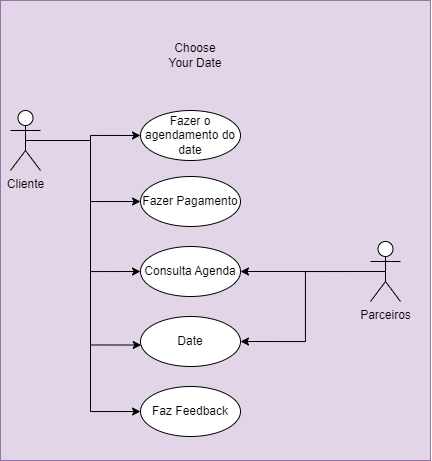
Before: imagens/caso_de_uso.drawio.png, a diagram exported from draw.io (alinestolai/Projetoeng). Source tidied: cells renumbered, new cells last; positions are measured from the earlier drawing's top-left corner, leaving out a move shared by most shapes. The source it was exported from:
```xml
<mxGraphModel>
  <root>
    <mxCell id="0" />
    <mxCell id="1" parent="0" />
    <mxCell id="2" style="rounded=0;whiteSpace=wrap;html=1;fillColor=#e1d5e7;strokeColor=#9673a6;" parent="1" vertex="1">
      <mxGeometry width="430" height="460" as="geometry" />
    </mxCell>
    <mxCell id="3" style="edgeStyle=orthogonalEdgeStyle;rounded=0;jettySize=auto;html=1;exitX=0.5;exitY=0.5;exitDx=0;exitDy=0;exitPerimeter=0;entryX=0;entryY=0.5;entryDx=0;entryDy=0;" parent="1" edge="1" source="8" target="12">
      <mxGeometry relative="1" as="geometry" />
    </mxCell>
    <mxCell id="4" style="edgeStyle=orthogonalEdgeStyle;rounded=0;jettySize=auto;html=1;exitX=0.5;exitY=0.5;exitDx=0;exitDy=0;exitPerimeter=0;entryX=0;entryY=0.5;entryDx=0;entryDy=0;" parent="1" edge="1" source="8" target="13">
      <mxGeometry relative="1" as="geometry" />
    </mxCell>
    <mxCell id="5" style="edgeStyle=orthogonalEdgeStyle;rounded=0;jettySize=auto;html=1;exitX=0.5;exitY=0.5;exitDx=0;exitDy=0;exitPerimeter=0;entryX=0;entryY=0.5;entryDx=0;entryDy=0;" parent="1" edge="1" source="8" target="14">
      <mxGeometry relative="1" as="geometry" />
    </mxCell>
    <mxCell id="6" style="edgeStyle=orthogonalEdgeStyle;rounded=0;jettySize=auto;html=1;exitX=0.5;exitY=0.5;exitDx=0;exitDy=0;exitPerimeter=0;entryX=0;entryY=0.5;entryDx=0;entryDy=0;" parent="1" edge="1" source="8" target="17">
      <mxGeometry relative="1" as="geometry">
        <Array as="points">
          <mxPoint x="90" y="140" />
          <mxPoint x="90" y="411" />
        </Array>
      </mxGeometry>
    </mxCell>
    <mxCell id="7" style="edgeStyle=orthogonalEdgeStyle;rounded=0;jettySize=auto;html=1;exitX=0.5;exitY=0.5;exitDx=0;exitDy=0;exitPerimeter=0;entryX=0.007;entryY=0.57;entryDx=0;entryDy=0;entryPerimeter=0;" parent="1" edge="1" source="8" target="16">
      <mxGeometry relative="1" as="geometry" />
    </mxCell>
    <mxCell id="8" value="Cliente" style="shape=umlActor;verticalLabelPosition=bottom;verticalAlign=top;html=1;outlineConnect=0;" parent="1" vertex="1">
      <mxGeometry x="10" y="110" width="30" height="60" as="geometry" />
    </mxCell>
    <mxCell id="9" style="edgeStyle=orthogonalEdgeStyle;rounded=0;jettySize=auto;html=1;exitX=0.5;exitY=0.5;exitDx=0;exitDy=0;exitPerimeter=0;" parent="1" edge="1" source="11" target="14">
      <mxGeometry relative="1" as="geometry" />
    </mxCell>
    <mxCell id="10" style="edgeStyle=orthogonalEdgeStyle;rounded=0;jettySize=auto;html=1;exitX=0.5;exitY=0.5;exitDx=0;exitDy=0;exitPerimeter=0;entryX=1;entryY=0.5;entryDx=0;entryDy=0;" parent="1" edge="1" source="11" target="16">
      <mxGeometry relative="1" as="geometry" />
    </mxCell>
    <mxCell id="11" value="Parceiros" style="shape=umlActor;verticalLabelPosition=bottom;verticalAlign=top;html=1;outlineConnect=0;" parent="1" vertex="1">
      <mxGeometry x="370" y="241" width="30" height="60" as="geometry" />
    </mxCell>
    <mxCell id="12" value="Fazer o agendamento do date" style="ellipse;whiteSpace=wrap;html=1;" parent="1" vertex="1">
      <mxGeometry x="140" y="110" width="100" height="50" as="geometry" />
    </mxCell>
    <mxCell id="13" value="Fazer Pagamento" style="ellipse;whiteSpace=wrap;html=1;" parent="1" vertex="1">
      <mxGeometry x="140" y="176" width="100" height="50" as="geometry" />
    </mxCell>
    <mxCell id="14" value="Consulta Agenda" style="ellipse;whiteSpace=wrap;html=1;" parent="1" vertex="1">
      <mxGeometry x="140" y="246" width="100" height="50" as="geometry" />
    </mxCell>
    <mxCell id="15" value="Choose Your Date" style="text;html=1;strokeColor=none;fillColor=none;align=center;verticalAlign=middle;whiteSpace=wrap;rounded=0;" parent="1" vertex="1">
      <mxGeometry x="165" y="40" width="60" height="30" as="geometry" />
    </mxCell>
    <mxCell id="16" value="Date" style="ellipse;whiteSpace=wrap;html=1;" parent="1" vertex="1">
      <mxGeometry x="140" y="316" width="100" height="50" as="geometry" />
    </mxCell>
    <mxCell id="17" value="Faz Feedback" style="ellipse;whiteSpace=wrap;html=1;" parent="1" vertex="1">
      <mxGeometry x="140" y="386" width="100" height="50" as="geometry" />
    </mxCell>
  </root>
</mxGraphModel>
```
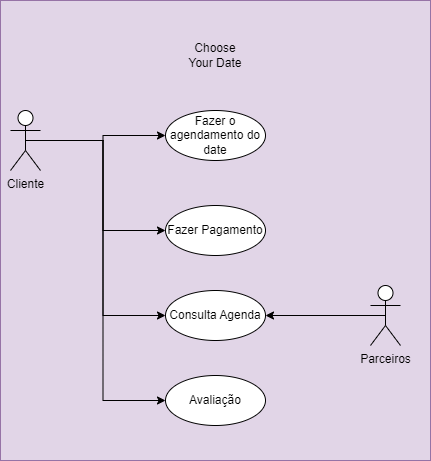
The same diagram one commit later.

The edit, as a diff of the source:
```diff
@@ -14,46 +14,32 @@
     <mxCell id="5" style="edgeStyle=orthogonalEdgeStyle;rounded=0;jettySize=auto;html=1;exitX=0.5;exitY=0.5;exitDx=0;exitDy=0;exitPerimeter=0;entryX=0;entryY=0.5;entryDx=0;entryDy=0;" parent="1" edge="1" source="8" target="14">
       <mxGeometry relative="1" as="geometry" />
     </mxCell>
-    <mxCell id="6" style="edgeStyle=orthogonalEdgeStyle;rounded=0;jettySize=auto;html=1;exitX=0.5;exitY=0.5;exitDx=0;exitDy=0;exitPerimeter=0;entryX=0;entryY=0.5;entryDx=0;entryDy=0;" parent="1" edge="1" source="8" target="17">
-      <mxGeometry relative="1" as="geometry">
-        <Array as="points">
-          <mxPoint x="90" y="140" />
-          <mxPoint x="90" y="411" />
-        </Array>
-      </mxGeometry>
-    </mxCell>
-    <mxCell id="7" style="edgeStyle=orthogonalEdgeStyle;rounded=0;jettySize=auto;html=1;exitX=0.5;exitY=0.5;exitDx=0;exitDy=0;exitPerimeter=0;entryX=0.007;entryY=0.57;entryDx=0;entryDy=0;entryPerimeter=0;" parent="1" edge="1" source="8" target="16">
-      <mxGeometry relative="1" as="geometry" />
-    </mxCell>
+    <mxCell id="18" style="edgeStyle=orthogonalEdgeStyle;rounded=0;jettySize=auto;html=1;exitX=0.5;exitY=0.5;exitDx=0;exitDy=0;exitPerimeter=0;entryX=0;entryY=0.5;entryDx=0;entryDy=0;" parent="1" edge="1" source="8" target="19">
+      <mxGeometry relative="1" as="geometry" />
+    </mxCell>
     <mxCell id="8" value="Cliente" style="shape=umlActor;verticalLabelPosition=bottom;verticalAlign=top;html=1;outlineConnect=0;" parent="1" vertex="1">
       <mxGeometry x="10" y="110" width="30" height="60" as="geometry" />
     </mxCell>
     <mxCell id="9" style="edgeStyle=orthogonalEdgeStyle;rounded=0;jettySize=auto;html=1;exitX=0.5;exitY=0.5;exitDx=0;exitDy=0;exitPerimeter=0;" parent="1" edge="1" source="11" target="14">
       <mxGeometry relative="1" as="geometry" />
     </mxCell>
-    <mxCell id="10" style="edgeStyle=orthogonalEdgeStyle;rounded=0;jettySize=auto;html=1;exitX=0.5;exitY=0.5;exitDx=0;exitDy=0;exitPerimeter=0;entryX=1;entryY=0.5;entryDx=0;entryDy=0;" parent="1" edge="1" source="11" target="16">
-      <mxGeometry relative="1" as="geometry" />
-    </mxCell>
     <mxCell id="11" value="Parceiros" style="shape=umlActor;verticalLabelPosition=bottom;verticalAlign=top;html=1;outlineConnect=0;" parent="1" vertex="1">
-      <mxGeometry x="370" y="241" width="30" height="60" as="geometry" />
+      <mxGeometry x="370" y="285" width="30" height="60" as="geometry" />
     </mxCell>
     <mxCell id="12" value="Fazer o agendamento do date" style="ellipse;whiteSpace=wrap;html=1;" parent="1" vertex="1">
-      <mxGeometry x="140" y="110" width="100" height="50" as="geometry" />
+      <mxGeometry x="165" y="110" width="100" height="50" as="geometry" />
     </mxCell>
     <mxCell id="13" value="Fazer Pagamento" style="ellipse;whiteSpace=wrap;html=1;" parent="1" vertex="1">
-      <mxGeometry x="140" y="176" width="100" height="50" as="geometry" />
+      <mxGeometry x="165" y="205" width="100" height="50" as="geometry" />
     </mxCell>
     <mxCell id="14" value="Consulta Agenda" style="ellipse;whiteSpace=wrap;html=1;" parent="1" vertex="1">
-      <mxGeometry x="140" y="246" width="100" height="50" as="geometry" />
+      <mxGeometry x="165" y="290" width="100" height="50" as="geometry" />
     </mxCell>
     <mxCell id="15" value="Choose Your Date" style="text;html=1;strokeColor=none;fillColor=none;align=center;verticalAlign=middle;whiteSpace=wrap;rounded=0;" parent="1" vertex="1">
-      <mxGeometry x="165" y="40" width="60" height="30" as="geometry" />
+      <mxGeometry x="185" y="40" width="60" height="30" as="geometry" />
     </mxCell>
-    <mxCell id="16" value="Date" style="ellipse;whiteSpace=wrap;html=1;" parent="1" vertex="1">
-      <mxGeometry x="140" y="316" width="100" height="50" as="geometry" />
-    </mxCell>
-    <mxCell id="17" value="Faz Feedback" style="ellipse;whiteSpace=wrap;html=1;" parent="1" vertex="1">
-      <mxGeometry x="140" y="386" width="100" height="50" as="geometry" />
-    </mxCell>
+    <mxCell id="19" value="Avaliação" style="ellipse;whiteSpace=wrap;html=1;" parent="1" vertex="1">
+      <mxGeometry x="165" y="375" width="100" height="50" as="geometry" />
+    </mxCell>
   </root>
 </mxGraphModel>
```
